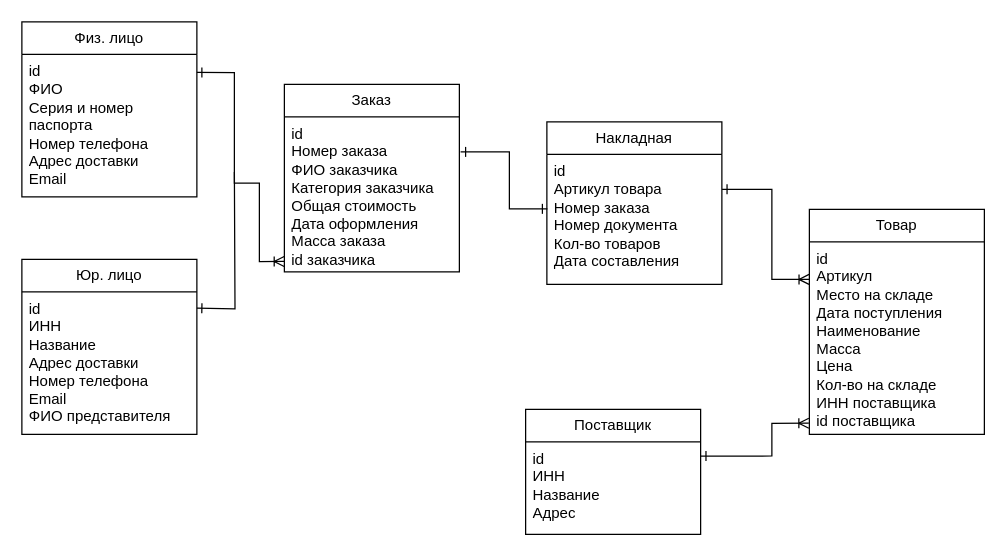
Before: Old-Labs/Лабораторная работа №4.drawio in Fanatsio/surgu-Databases-and-knowledge-bases, a draw.io diagram. Source tidied: cells renumbered, new cells numbered last; positions are measured from the earlier drawing's top-left corner, leaving out a move shared by most shapes. Both pictures are drawn from the tidied source at 125%, with x=0, y=0 at pixel (21, 21).
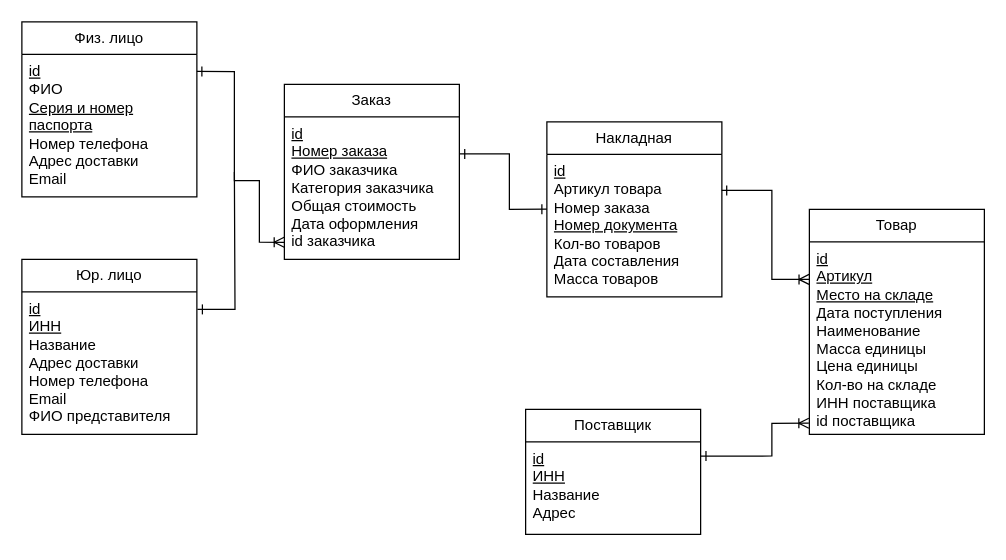
After the change.

Unchanged cells that the change refers to:
```xml
<mxCell id="2" value="Физ. лицо" style="swimlane;fontStyle=0;horizontal=1;startSize=26;fillColor=none;whiteSpace=wrap;html=1;" parent="1" vertex="1">
  <mxGeometry width="140" height="140" as="geometry" />
</mxCell>
<mxCell id="4" value="Товар" style="swimlane;fontStyle=0;horizontal=1;startSize=26;fillColor=none;whiteSpace=wrap;html=1;" parent="1" vertex="1">
  <mxGeometry x="630" y="150" width="140" height="180" as="geometry" />
</mxCell>
<mxCell id="6" value="Поставщик" style="swimlane;fontStyle=0;horizontal=1;startSize=26;fillColor=none;whiteSpace=wrap;html=1;" parent="1" vertex="1">
  <mxGeometry x="403" y="310" width="140" height="100" as="geometry" />
</mxCell>
<mxCell id="12" value="Юр. лицо" style="swimlane;fontStyle=0;horizontal=1;startSize=26;fillColor=none;whiteSpace=wrap;html=1;" parent="1" vertex="1">
  <mxGeometry y="190" width="140" height="140" as="geometry" />
</mxCell>
```

What changed in the source:
```diff
@@
-    <mxCell id="3" value="id&lt;br&gt;ФИО&lt;br&gt;Серия и номер паспорта&lt;br&gt;Номер телефона&lt;br&gt;Адрес доставки&lt;br&gt;Email" style="text;strokeColor=none;fillColor=none;align=left;verticalAlign=top;spacingLeft=4;spacingRight=4;overflow=hidden;points=[[0,0.5],[1,0.5]];portConstraint=eastwest;whiteSpace=wrap;html=1;" parent="2" vertex="1">
+    <mxCell id="3" value="&lt;u&gt;id&lt;/u&gt;&lt;br&gt;ФИО&lt;br&gt;&lt;u&gt;Серия и номер паспорта&lt;/u&gt;&lt;br&gt;Номер телефона&lt;br&gt;Адрес доставки&lt;br&gt;Email" style="text;strokeColor=none;fillColor=none;align=left;verticalAlign=top;spacingLeft=4;spacingRight=4;overflow=hidden;points=[[0,0.5],[1,0.5]];portConstraint=eastwest;whiteSpace=wrap;html=1;" parent="2" vertex="1">
       <mxGeometry y="26" width="140" height="114" as="geometry" />
     </mxCell>
@@
-    <mxCell id="5" value="id&lt;br&gt;Артикул&lt;br&gt;Место на складе&lt;br&gt;Дата поступления&lt;br&gt;Наименование&lt;br&gt;Масса&lt;br&gt;Цена&lt;br&gt;Кол-во на складе&lt;br&gt;ИНН поставщика&lt;br&gt;id поставщика" style="text;strokeColor=none;fillColor=none;align=left;verticalAlign=top;spacingLeft=4;spacingRight=4;overflow=hidden;points=[[0,0.5],[1,0.5]];portConstraint=eastwest;whiteSpace=wrap;html=1;" parent="4" vertex="1">
+    <mxCell id="5" value="&lt;u&gt;id&lt;/u&gt;&lt;br&gt;&lt;u&gt;Артикул&lt;/u&gt;&lt;br&gt;&lt;u&gt;Место на складе&lt;/u&gt;&lt;br&gt;Дата поступления&lt;br&gt;Наименование&lt;br&gt;Масса единицы&lt;br&gt;Цена единицы&lt;br&gt;Кол-во на складе&lt;br&gt;ИНН поставщика&lt;br&gt;id поставщика" style="text;strokeColor=none;fillColor=none;align=left;verticalAlign=top;spacingLeft=4;spacingRight=4;overflow=hidden;points=[[0,0.5],[1,0.5]];portConstraint=eastwest;whiteSpace=wrap;html=1;" parent="4" vertex="1">
       <mxGeometry y="26" width="140" height="154" as="geometry" />
     </mxCell>
@@
-    <mxCell id="7" value="id&lt;br&gt;ИНН&lt;br&gt;Название&lt;br&gt;Адрес" style="text;strokeColor=none;fillColor=none;align=left;verticalAlign=top;spacingLeft=4;spacingRight=4;overflow=hidden;points=[[0,0.5],[1,0.5]];portConstraint=eastwest;whiteSpace=wrap;html=1;" parent="6" vertex="1">
+    <mxCell id="7" value="&lt;u&gt;id&lt;br&gt;ИНН&lt;/u&gt;&lt;br&gt;Название&lt;br&gt;Адрес" style="text;strokeColor=none;fillColor=none;align=left;verticalAlign=top;spacingLeft=4;spacingRight=4;overflow=hidden;points=[[0,0.5],[1,0.5]];portConstraint=eastwest;whiteSpace=wrap;html=1;" parent="6" vertex="1">
       <mxGeometry y="26" width="140" height="74" as="geometry" />
     </mxCell>
     <mxCell id="8" value="Заказ" style="swimlane;fontStyle=0;horizontal=1;startSize=26;fillColor=none;whiteSpace=wrap;html=1;" parent="1" vertex="1">
-      <mxGeometry x="210" y="50" width="140" height="150" as="geometry" />
+      <mxGeometry x="210" y="50" width="140" height="140" as="geometry" />
     </mxCell>
-    <mxCell id="9" value="id&lt;br&gt;Номер заказа&lt;br&gt;ФИО заказчика&lt;br&gt;Категория заказчика&lt;br&gt;Общая стоимость&lt;br&gt;Дата оформления Масса заказа&lt;br&gt;id заказчика" style="text;strokeColor=none;fillColor=none;align=left;verticalAlign=top;spacingLeft=4;spacingRight=4;overflow=hidden;points=[[0,0.5],[1,0.5]];portConstraint=eastwest;whiteSpace=wrap;html=1;" parent="8" vertex="1">
-      <mxGeometry y="26" width="140" height="124" as="geometry" />
+    <mxCell id="9" value="&lt;u&gt;id&lt;br&gt;Номер заказа&lt;br&gt;&lt;/u&gt;ФИО заказчика&lt;br&gt;Категория заказчика&lt;br&gt;Общая стоимость&lt;br&gt;Дата оформления&lt;br&gt;id заказчика" style="text;strokeColor=none;fillColor=none;align=left;verticalAlign=top;spacingLeft=4;spacingRight=4;overflow=hidden;points=[[0,0.5],[1,0.5]];portConstraint=eastwest;whiteSpace=wrap;html=1;" parent="8" vertex="1">
+      <mxGeometry y="26" width="140" height="114" as="geometry" />
     </mxCell>
     <mxCell id="10" value="Накладная" style="swimlane;fontStyle=0;horizontal=1;startSize=26;fillColor=none;whiteSpace=wrap;html=1;" parent="1" vertex="1">
-      <mxGeometry x="420" y="80" width="140" height="130" as="geometry" />
+      <mxGeometry x="420" y="80" width="140" height="140" as="geometry" />
     </mxCell>
-    <mxCell id="11" value="id&lt;br&gt;Артикул товара&lt;br&gt;Номер заказа&lt;br&gt;Номер документа&lt;br&gt;Кол-во товаров&lt;br&gt;Дата составления" style="text;strokeColor=none;fillColor=none;align=left;verticalAlign=top;spacingLeft=4;spacingRight=4;overflow=hidden;points=[[0,0.5],[1,0.5]];portConstraint=eastwest;whiteSpace=wrap;html=1;" parent="10" vertex="1">
-      <mxGeometry y="26" width="140" height="104" as="geometry" />
+    <mxCell id="11" value="&lt;u&gt;id&lt;br&gt;&lt;/u&gt;Артикул товара&lt;br&gt;Номер заказа&lt;br&gt;&lt;u&gt;Номер документа&lt;/u&gt;&lt;br&gt;Кол-во товаров&lt;br&gt;Дата составления&lt;div&gt;Масса товаров&lt;/div&gt;" style="text;strokeColor=none;fillColor=none;align=left;verticalAlign=top;spacingLeft=4;spacingRight=4;overflow=hidden;points=[[0,0.5],[1,0.5]];portConstraint=eastwest;whiteSpace=wrap;html=1;" parent="10" vertex="1">
+      <mxGeometry y="26" width="140" height="114" as="geometry" />
     </mxCell>
@@
-    <mxCell id="13" value="id&lt;br&gt;ИНН&lt;br&gt;Название&lt;br&gt;Адрес доставки&lt;br&gt;Номер телефона&lt;br&gt;Email&lt;br&gt;ФИО представителя" style="text;strokeColor=none;fillColor=none;align=left;verticalAlign=top;spacingLeft=4;spacingRight=4;overflow=hidden;points=[[0,0.5],[1,0.5]];portConstraint=eastwest;whiteSpace=wrap;html=1;" parent="12" vertex="1">
+    <mxCell id="13" value="&lt;u&gt;id&lt;/u&gt;&lt;br&gt;&lt;u&gt;ИНН&lt;/u&gt;&lt;br&gt;Название&lt;br&gt;Адрес доставки&lt;br&gt;Номер телефона&lt;br&gt;Email&lt;br&gt;ФИО представителя" style="text;strokeColor=none;fillColor=none;align=left;verticalAlign=top;spacingLeft=4;spacingRight=4;overflow=hidden;points=[[0,0.5],[1,0.5]];portConstraint=eastwest;whiteSpace=wrap;html=1;" parent="12" vertex="1">
       <mxGeometry y="26" width="140" height="114" as="geometry" />
     </mxCell>
-    <mxCell id="14" style="edgeStyle=orthogonalEdgeStyle;rounded=0;jettySize=auto;html=1;exitX=1;exitY=0.127;exitDx=0;exitDy=0;entryX=-0.001;entryY=0.933;entryDx=0;entryDy=0;entryPerimeter=0;startArrow=ERone;startFill=0;endArrow=ERoneToMany;endFill=0;exitPerimeter=0;" parent="1" edge="1" source="3" target="9">
+    <mxCell id="14" style="edgeStyle=orthogonalEdgeStyle;rounded=0;jettySize=auto;html=1;exitX=1;exitY=0.12;exitDx=0;exitDy=0;startArrow=ERone;startFill=0;endArrow=ERoneToMany;endFill=0;exitPerimeter=0;entryX=-0.001;entryY=0.88;entryDx=0;entryDy=0;entryPerimeter=0;" parent="1" edge="1" source="3" target="9">
       <mxGeometry relative="1" as="geometry">
         <Array as="points">
-          <mxPoint x="170" y="41" />
-          <mxPoint x="170" y="129" />
-          <mxPoint x="190" y="129" />
-          <mxPoint x="190" y="192" />
+          <mxPoint x="170" y="40" />
+          <mxPoint x="170" y="127" />
+          <mxPoint x="190" y="127" />
+          <mxPoint x="190" y="176" />
         </Array>
       </mxGeometry>
     </mxCell>
-    <mxCell id="15" style="edgeStyle=orthogonalEdgeStyle;rounded=0;orthogonalLoop=1;jettySize=auto;html=1;endArrow=none;endFill=0;startArrow=ERone;startFill=0;" parent="1" edge="1">
+    <mxCell id="15" style="edgeStyle=orthogonalEdgeStyle;rounded=0;jettySize=auto;html=1;endArrow=none;endFill=0;startArrow=ERone;startFill=0;exitX=1.003;exitY=0.123;exitDx=0;exitDy=0;exitPerimeter=0;" parent="1" edge="1" source="13">
       <mxGeometry relative="1" as="geometry">
-        <mxPoint x="140" y="229" as="sourcePoint" />
         <mxPoint x="170" y="120" as="targetPoint" />
       </mxGeometry>
     </mxCell>
-    <mxCell id="16" style="edgeStyle=orthogonalEdgeStyle;rounded=0;jettySize=auto;html=1;exitX=1.007;exitY=0.226;exitDx=0;exitDy=0;entryX=0.003;entryY=0.419;entryDx=0;entryDy=0;entryPerimeter=0;startArrow=ERone;startFill=0;endArrow=ERone;endFill=0;exitPerimeter=0;" parent="1" edge="1" source="9" target="11">
+    <mxCell id="16" style="edgeStyle=orthogonalEdgeStyle;rounded=0;jettySize=auto;html=1;exitX=1.002;exitY=0.26;exitDx=0;exitDy=0;entryX=0;entryY=0.385;entryDx=0;entryDy=0;entryPerimeter=0;startArrow=ERone;startFill=0;endArrow=ERone;endFill=0;exitPerimeter=0;" parent="1" edge="1" source="9" target="11">
       <mxGeometry relative="1" as="geometry">
         <Array as="points">
-          <mxPoint x="390" y="104" />
+          <mxPoint x="390" y="106" />
           <mxPoint x="390" y="150" />
+          <mxPoint x="420" y="150" />
         </Array>
       </mxGeometry>
     </mxCell>
-    <mxCell id="17" style="edgeStyle=orthogonalEdgeStyle;rounded=0;jettySize=auto;html=1;exitX=1.001;exitY=0.269;exitDx=0;exitDy=0;startArrow=ERone;startFill=0;endArrow=ERoneToMany;endFill=0;exitPerimeter=0;entryX=-0.002;entryY=0.195;entryDx=0;entryDy=0;entryPerimeter=0;" parent="1" edge="1" source="11" target="5">
+    <mxCell id="17" style="edgeStyle=orthogonalEdgeStyle;rounded=0;jettySize=auto;html=1;exitX=0.999;exitY=0.253;exitDx=0;exitDy=0;startArrow=ERone;startFill=0;endArrow=ERoneToMany;endFill=0;exitPerimeter=0;entryX=-0.002;entryY=0.195;entryDx=0;entryDy=0;entryPerimeter=0;" parent="1" edge="1" source="11" target="5">
       <mxGeometry relative="1" as="geometry">
         <Array as="points">
-          <mxPoint x="600" y="134" />
+          <mxPoint x="600" y="135" />
           <mxPoint x="600" y="206" />
         </Array>
       </mxGeometry>
     </mxCell>
```
